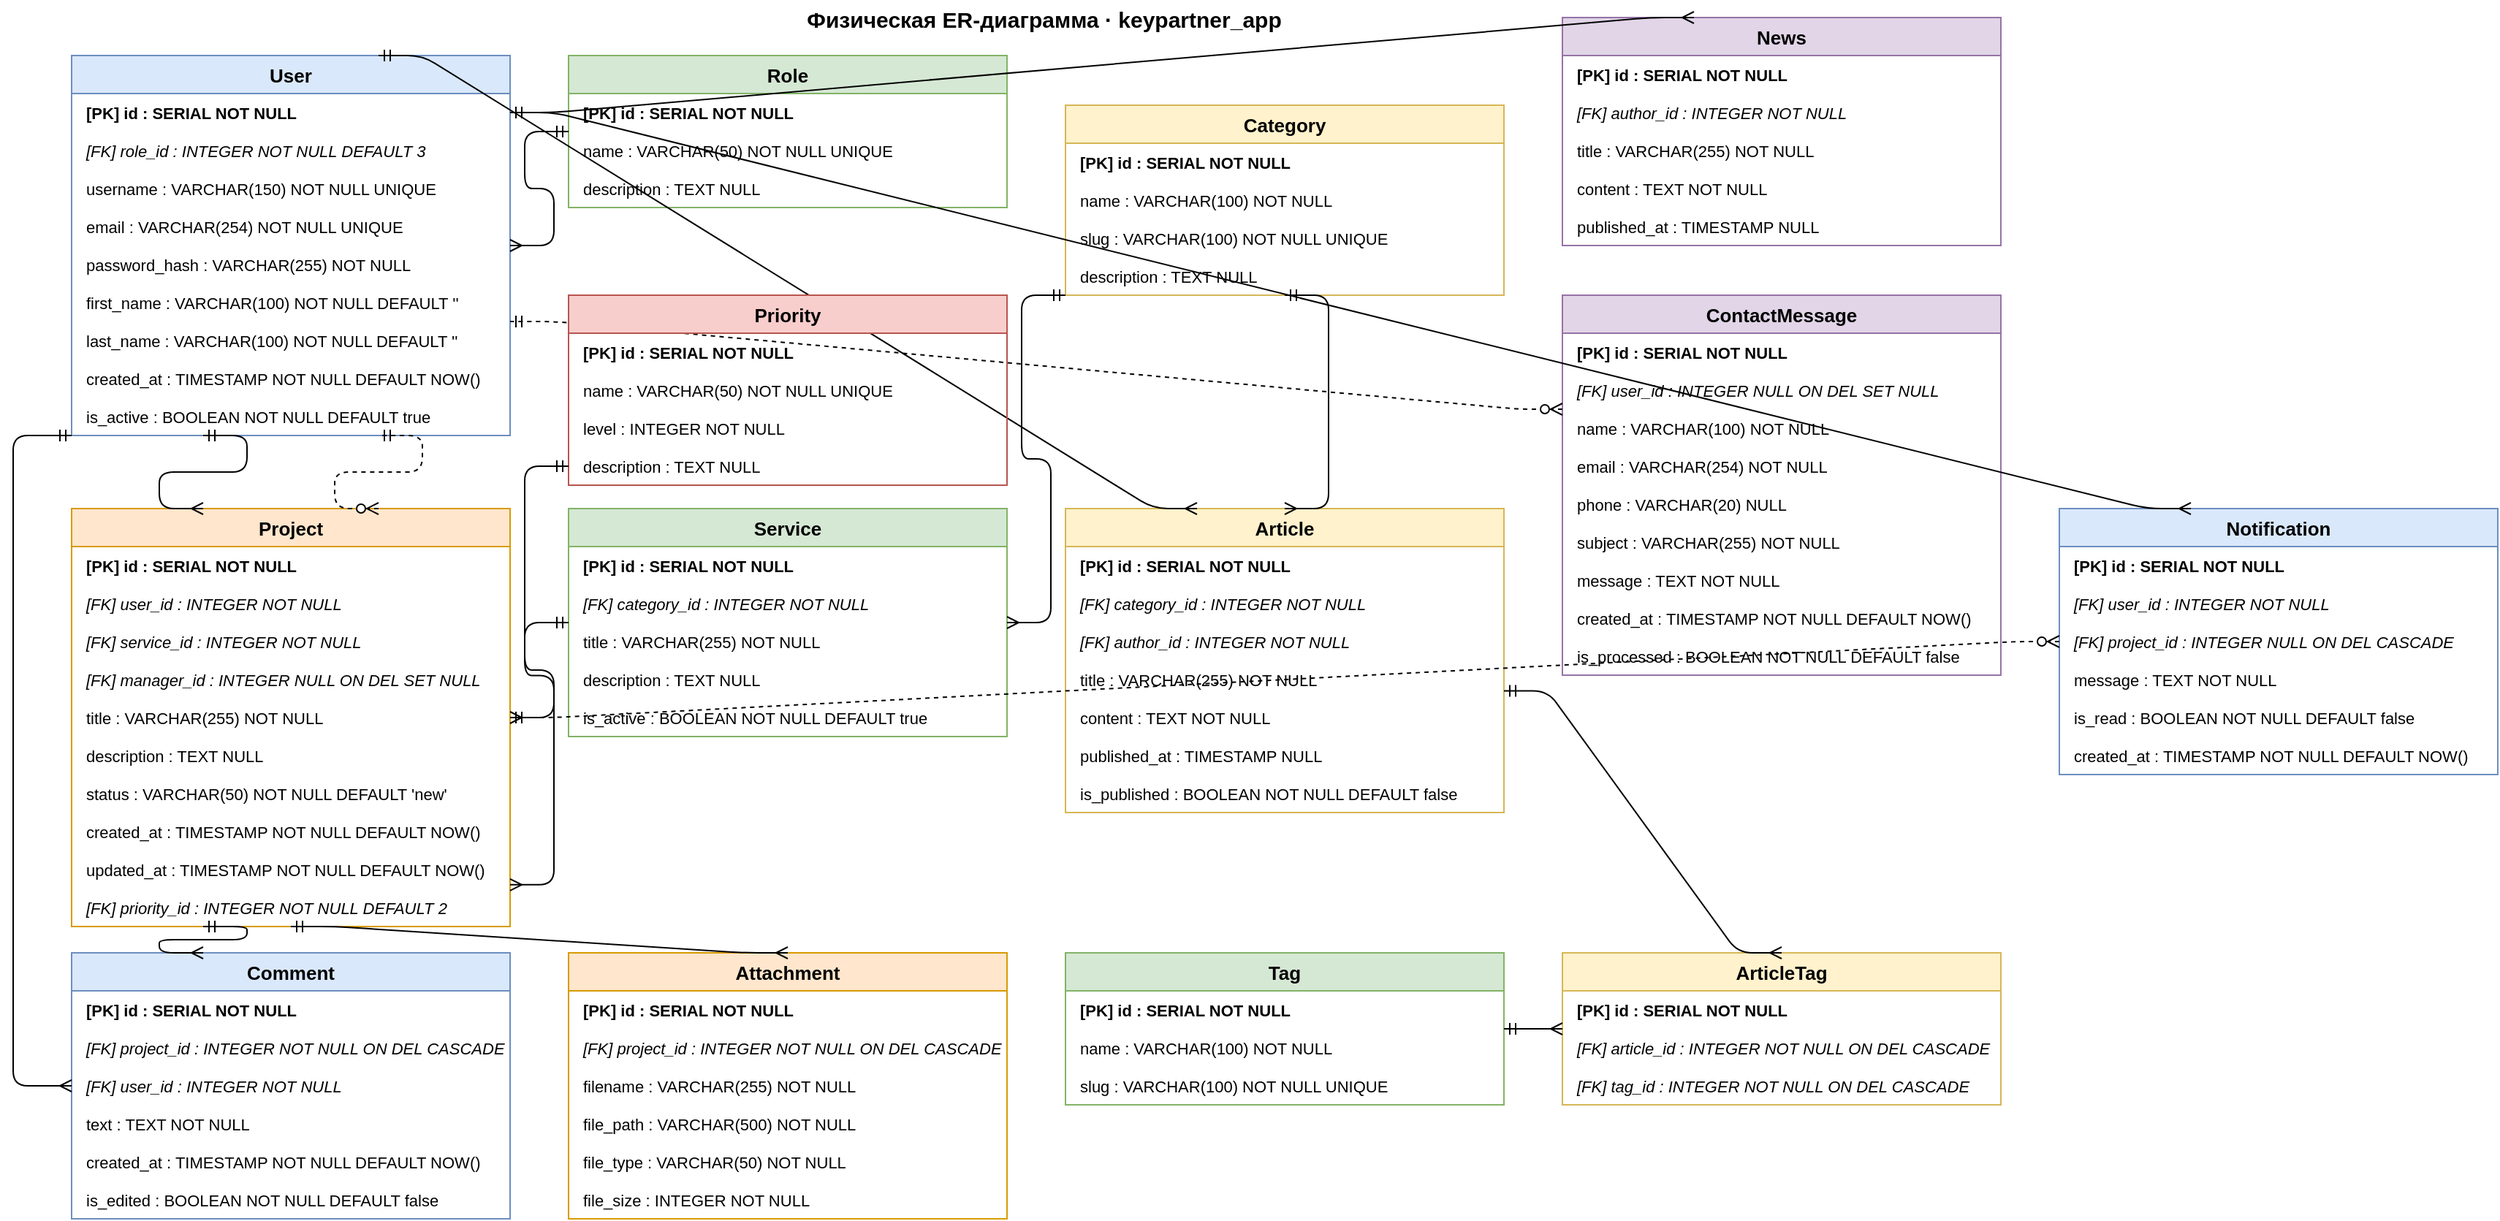
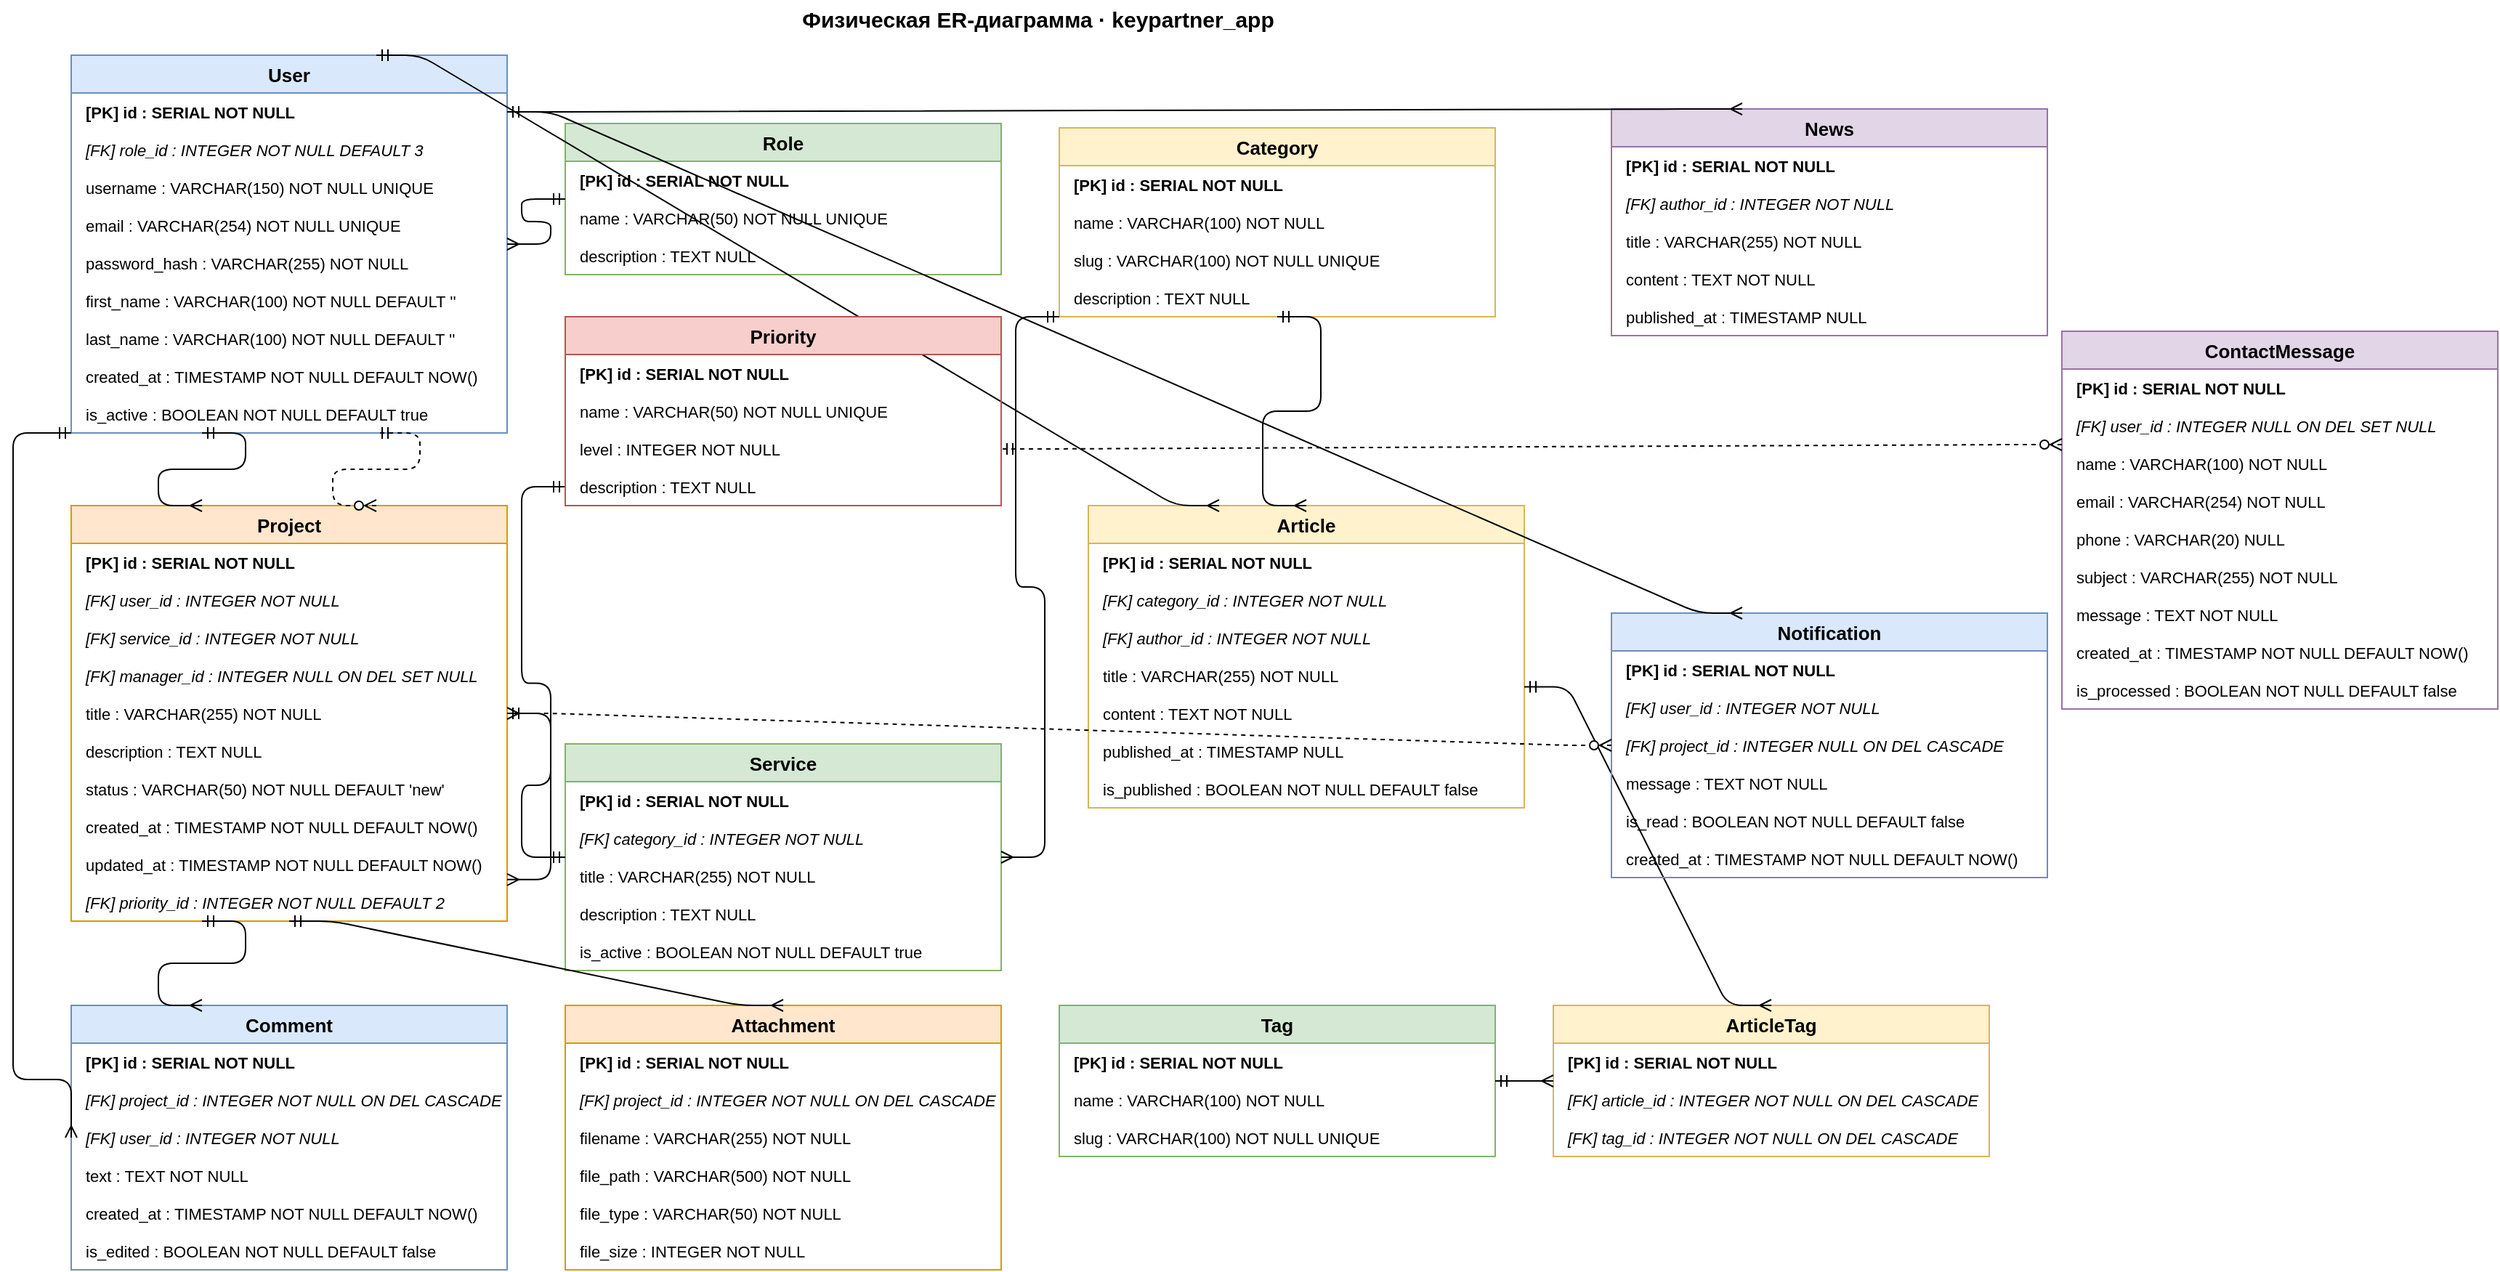
<mxfile host="Electron">
  <diagram id="PhysER_keypartner_2026" name="Страница-1">
-     <mxGraphModel dx="1260" dy="957" grid="1" gridSize="10" guides="1" tooltips="1" connect="1" arrows="1" fold="1" page="1" pageScale="1" pageWidth="1760" pageHeight="950" math="0" shadow="0">
+     <mxGraphModel dx="1470" dy="1117" grid="1" gridSize="10" guides="1" tooltips="1" connect="1" arrows="1" fold="1" page="1" pageScale="1" pageWidth="1760" pageHeight="950" math="0" shadow="0">
      <root>
        <mxCell id="0" />
        <mxCell id="1" parent="0" />
        <mxCell id="9" parent="1" style="text;html=1;strokeColor=none;fillColor=none;align=center;verticalAlign=middle;fontSize=15;fontStyle=1;" value="Физическая ER-диаграмма · keypartner_app" vertex="1">
          <mxGeometry height="26" width="700" x="375" y="8" as="geometry" />
        </mxCell>
        <mxCell id="100" parent="1" style="swimlane;fontStyle=1;align=center;startSize=26;container=1;collapsible=0;fillColor=#dae8fc;strokeColor=#6c8ebf;fontSize=13;" value="User" vertex="1">
          <mxGeometry height="260" width="300" x="60" y="46" as="geometry" />
        </mxCell>
        <mxCell id="101" parent="100" style="text;strokeColor=none;fillColor=none;align=left;verticalAlign=middle;spacingLeft=8;overflow=hidden;rotatable=0;points=[[0,0.5],[1,0.5]];portConstraint=eastwest;fontSize=11;fontStyle=1;" value="[PK]  id : SERIAL  NOT NULL" vertex="1">
          <mxGeometry height="26" width="300" y="26" as="geometry" />
        </mxCell>
        <mxCell id="102" parent="100" style="text;strokeColor=none;fillColor=none;align=left;verticalAlign=middle;spacingLeft=8;overflow=hidden;rotatable=0;points=[[0,0.5],[1,0.5]];portConstraint=eastwest;fontSize=11;fontStyle=2;" value="[FK]  role_id : INTEGER  NOT NULL  DEFAULT 3" vertex="1">
          <mxGeometry height="26" width="300" y="52" as="geometry" />
        </mxCell>
        <mxCell id="103" parent="100" style="text;strokeColor=none;fillColor=none;align=left;verticalAlign=middle;spacingLeft=8;overflow=hidden;rotatable=0;points=[[0,0.5],[1,0.5]];portConstraint=eastwest;fontSize=11;" value="username : VARCHAR(150)  NOT NULL  UNIQUE" vertex="1">
          <mxGeometry height="26" width="300" y="78" as="geometry" />
        </mxCell>
        <mxCell id="104" parent="100" style="text;strokeColor=none;fillColor=none;align=left;verticalAlign=middle;spacingLeft=8;overflow=hidden;rotatable=0;points=[[0,0.5],[1,0.5]];portConstraint=eastwest;fontSize=11;" value="email : VARCHAR(254)  NOT NULL  UNIQUE" vertex="1">
          <mxGeometry height="26" width="300" y="104" as="geometry" />
        </mxCell>
        <mxCell id="105" parent="100" style="text;strokeColor=none;fillColor=none;align=left;verticalAlign=middle;spacingLeft=8;overflow=hidden;rotatable=0;points=[[0,0.5],[1,0.5]];portConstraint=eastwest;fontSize=11;" value="password_hash : VARCHAR(255)  NOT NULL" vertex="1">
          <mxGeometry height="26" width="300" y="130" as="geometry" />
        </mxCell>
        <mxCell id="106" parent="100" style="text;strokeColor=none;fillColor=none;align=left;verticalAlign=middle;spacingLeft=8;overflow=hidden;rotatable=0;points=[[0,0.5],[1,0.5]];portConstraint=eastwest;fontSize=11;" value="first_name : VARCHAR(100)  NOT NULL  DEFAULT &#39;&#39;" vertex="1">
          <mxGeometry height="26" width="300" y="156" as="geometry" />
        </mxCell>
        <mxCell id="107" parent="100" style="text;strokeColor=none;fillColor=none;align=left;verticalAlign=middle;spacingLeft=8;overflow=hidden;rotatable=0;points=[[0,0.5],[1,0.5]];portConstraint=eastwest;fontSize=11;" value="last_name : VARCHAR(100)  NOT NULL  DEFAULT &#39;&#39;" vertex="1">
          <mxGeometry height="26" width="300" y="182" as="geometry" />
        </mxCell>
        <mxCell id="108" parent="100" style="text;strokeColor=none;fillColor=none;align=left;verticalAlign=middle;spacingLeft=8;overflow=hidden;rotatable=0;points=[[0,0.5],[1,0.5]];portConstraint=eastwest;fontSize=11;" value="created_at : TIMESTAMP  NOT NULL  DEFAULT NOW()" vertex="1">
          <mxGeometry height="26" width="300" y="208" as="geometry" />
        </mxCell>
        <mxCell id="109" parent="100" style="text;strokeColor=none;fillColor=none;align=left;verticalAlign=middle;spacingLeft=8;overflow=hidden;rotatable=0;points=[[0,0.5],[1,0.5]];portConstraint=eastwest;fontSize=11;" value="is_active : BOOLEAN  NOT NULL  DEFAULT true" vertex="1">
          <mxGeometry height="26" width="300" y="234" as="geometry" />
        </mxCell>
        <mxCell id="200" parent="1" style="swimlane;fontStyle=1;align=center;startSize=26;container=1;collapsible=0;fillColor=#d5e8d4;strokeColor=#82b366;fontSize=13;" value="Role" vertex="1">
-           <mxGeometry height="104" width="300" x="400" y="46" as="geometry" />
+           <mxGeometry height="104" width="300" x="400" y="93" as="geometry" />
        </mxCell>
        <mxCell id="201" parent="200" style="text;strokeColor=none;fillColor=none;align=left;verticalAlign=middle;spacingLeft=8;overflow=hidden;rotatable=0;points=[[0,0.5],[1,0.5]];portConstraint=eastwest;fontSize=11;fontStyle=1;" value="[PK]  id : SERIAL  NOT NULL" vertex="1">
          <mxGeometry height="26" width="300" y="26" as="geometry" />
        </mxCell>
        <mxCell id="202" parent="200" style="text;strokeColor=none;fillColor=none;align=left;verticalAlign=middle;spacingLeft=8;overflow=hidden;rotatable=0;points=[[0,0.5],[1,0.5]];portConstraint=eastwest;fontSize=11;" value="name : VARCHAR(50)  NOT NULL  UNIQUE" vertex="1">
          <mxGeometry height="26" width="300" y="52" as="geometry" />
        </mxCell>
        <mxCell id="203" parent="200" style="text;strokeColor=none;fillColor=none;align=left;verticalAlign=middle;spacingLeft=8;overflow=hidden;rotatable=0;points=[[0,0.5],[1,0.5]];portConstraint=eastwest;fontSize=11;" value="description : TEXT  NULL" vertex="1">
          <mxGeometry height="26" width="300" y="78" as="geometry" />
        </mxCell>
        <mxCell id="300" parent="1" style="swimlane;fontStyle=1;align=center;startSize=26;container=1;collapsible=0;fillColor=#fff2cc;strokeColor=#d6b656;fontSize=13;" value="Category" vertex="1">
-           <mxGeometry height="130" width="300" x="740" y="80" as="geometry" />
+           <mxGeometry height="130" width="300" x="740" y="96" as="geometry" />
        </mxCell>
        <mxCell id="301" parent="300" style="text;strokeColor=none;fillColor=none;align=left;verticalAlign=middle;spacingLeft=8;overflow=hidden;rotatable=0;points=[[0,0.5],[1,0.5]];portConstraint=eastwest;fontSize=11;fontStyle=1;" value="[PK]  id : SERIAL  NOT NULL" vertex="1">
          <mxGeometry height="26" width="300" y="26" as="geometry" />
        </mxCell>
        <mxCell id="302" parent="300" style="text;strokeColor=none;fillColor=none;align=left;verticalAlign=middle;spacingLeft=8;overflow=hidden;rotatable=0;points=[[0,0.5],[1,0.5]];portConstraint=eastwest;fontSize=11;" value="name : VARCHAR(100)  NOT NULL" vertex="1">
          <mxGeometry height="26" width="300" y="52" as="geometry" />
        </mxCell>
        <mxCell id="303" parent="300" style="text;strokeColor=none;fillColor=none;align=left;verticalAlign=middle;spacingLeft=8;overflow=hidden;rotatable=0;points=[[0,0.5],[1,0.5]];portConstraint=eastwest;fontSize=11;" value="slug : VARCHAR(100)  NOT NULL  UNIQUE" vertex="1">
          <mxGeometry height="26" width="300" y="78" as="geometry" />
        </mxCell>
        <mxCell id="304" parent="300" style="text;strokeColor=none;fillColor=none;align=left;verticalAlign=middle;spacingLeft=8;overflow=hidden;rotatable=0;points=[[0,0.5],[1,0.5]];portConstraint=eastwest;fontSize=11;" value="description : TEXT  NULL" vertex="1">
          <mxGeometry height="26" width="300" y="104" as="geometry" />
        </mxCell>
        <mxCell id="400" parent="1" style="swimlane;fontStyle=1;align=center;startSize=26;container=1;collapsible=0;fillColor=#e1d5e7;strokeColor=#9673a6;fontSize=13;" value="News" vertex="1">
-           <mxGeometry height="156" width="300" x="1080" y="20" as="geometry" />
+           <mxGeometry height="156" width="300" x="1120" y="83" as="geometry" />
        </mxCell>
        <mxCell id="401" parent="400" style="text;strokeColor=none;fillColor=none;align=left;verticalAlign=middle;spacingLeft=8;overflow=hidden;rotatable=0;points=[[0,0.5],[1,0.5]];portConstraint=eastwest;fontSize=11;fontStyle=1;" value="[PK]  id : SERIAL  NOT NULL" vertex="1">
          <mxGeometry height="26" width="300" y="26" as="geometry" />
        </mxCell>
        <mxCell id="402" parent="400" style="text;strokeColor=none;fillColor=none;align=left;verticalAlign=middle;spacingLeft=8;overflow=hidden;rotatable=0;points=[[0,0.5],[1,0.5]];portConstraint=eastwest;fontSize=11;fontStyle=2;" value="[FK]  author_id : INTEGER  NOT NULL" vertex="1">
          <mxGeometry height="26" width="300" y="52" as="geometry" />
        </mxCell>
        <mxCell id="403" parent="400" style="text;strokeColor=none;fillColor=none;align=left;verticalAlign=middle;spacingLeft=8;overflow=hidden;rotatable=0;points=[[0,0.5],[1,0.5]];portConstraint=eastwest;fontSize=11;" value="title : VARCHAR(255)  NOT NULL" vertex="1">
          <mxGeometry height="26" width="300" y="78" as="geometry" />
        </mxCell>
        <mxCell id="404" parent="400" style="text;strokeColor=none;fillColor=none;align=left;verticalAlign=middle;spacingLeft=8;overflow=hidden;rotatable=0;points=[[0,0.5],[1,0.5]];portConstraint=eastwest;fontSize=11;" value="content : TEXT  NOT NULL" vertex="1">
          <mxGeometry height="26" width="300" y="104" as="geometry" />
        </mxCell>
        <mxCell id="405" parent="400" style="text;strokeColor=none;fillColor=none;align=left;verticalAlign=middle;spacingLeft=8;overflow=hidden;rotatable=0;points=[[0,0.5],[1,0.5]];portConstraint=eastwest;fontSize=11;" value="published_at : TIMESTAMP  NULL" vertex="1">
          <mxGeometry height="26" width="300" y="130" as="geometry" />
        </mxCell>
        <mxCell id="500" parent="1" style="swimlane;fontStyle=1;align=center;startSize=26;container=1;collapsible=0;fillColor=#ffe6cc;strokeColor=#d79b00;fontSize=13;" value="Project" vertex="1">
          <mxGeometry height="286" width="300" x="60" y="356" as="geometry" />
        </mxCell>
        <mxCell id="501" parent="500" style="text;strokeColor=none;fillColor=none;align=left;verticalAlign=middle;spacingLeft=8;overflow=hidden;rotatable=0;points=[[0,0.5],[1,0.5]];portConstraint=eastwest;fontSize=11;fontStyle=1;" value="[PK]  id : SERIAL  NOT NULL" vertex="1">
          <mxGeometry height="26" width="300" y="26" as="geometry" />
        </mxCell>
        <mxCell id="502" parent="500" style="text;strokeColor=none;fillColor=none;align=left;verticalAlign=middle;spacingLeft=8;overflow=hidden;rotatable=0;points=[[0,0.5],[1,0.5]];portConstraint=eastwest;fontSize=11;fontStyle=2;" value="[FK]  user_id : INTEGER  NOT NULL" vertex="1">
          <mxGeometry height="26" width="300" y="52" as="geometry" />
        </mxCell>
        <mxCell id="503" parent="500" style="text;strokeColor=none;fillColor=none;align=left;verticalAlign=middle;spacingLeft=8;overflow=hidden;rotatable=0;points=[[0,0.5],[1,0.5]];portConstraint=eastwest;fontSize=11;fontStyle=2;" value="[FK]  service_id : INTEGER  NOT NULL" vertex="1">
          <mxGeometry height="26" width="300" y="78" as="geometry" />
        </mxCell>
        <mxCell id="504" parent="500" style="text;strokeColor=none;fillColor=none;align=left;verticalAlign=middle;spacingLeft=8;overflow=hidden;rotatable=0;points=[[0,0.5],[1,0.5]];portConstraint=eastwest;fontSize=11;fontStyle=2;" value="[FK]  manager_id : INTEGER  NULL  ON DEL SET NULL" vertex="1">
          <mxGeometry height="26" width="300" y="104" as="geometry" />
        </mxCell>
        <mxCell id="505" parent="500" style="text;strokeColor=none;fillColor=none;align=left;verticalAlign=middle;spacingLeft=8;overflow=hidden;rotatable=0;points=[[0,0.5],[1,0.5]];portConstraint=eastwest;fontSize=11;" value="title : VARCHAR(255)  NOT NULL" vertex="1">
          <mxGeometry height="26" width="300" y="130" as="geometry" />
        </mxCell>
        <mxCell id="506" parent="500" style="text;strokeColor=none;fillColor=none;align=left;verticalAlign=middle;spacingLeft=8;overflow=hidden;rotatable=0;points=[[0,0.5],[1,0.5]];portConstraint=eastwest;fontSize=11;" value="description : TEXT  NULL" vertex="1">
          <mxGeometry height="26" width="300" y="156" as="geometry" />
        </mxCell>
        <mxCell id="507" parent="500" style="text;strokeColor=none;fillColor=none;align=left;verticalAlign=middle;spacingLeft=8;overflow=hidden;rotatable=0;points=[[0,0.5],[1,0.5]];portConstraint=eastwest;fontSize=11;" value="status : VARCHAR(50)  NOT NULL  DEFAULT &#39;new&#39;" vertex="1">
          <mxGeometry height="26" width="300" y="182" as="geometry" />
        </mxCell>
        <mxCell id="508" parent="500" style="text;strokeColor=none;fillColor=none;align=left;verticalAlign=middle;spacingLeft=8;overflow=hidden;rotatable=0;points=[[0,0.5],[1,0.5]];portConstraint=eastwest;fontSize=11;" value="created_at : TIMESTAMP  NOT NULL  DEFAULT NOW()" vertex="1">
          <mxGeometry height="26" width="300" y="208" as="geometry" />
        </mxCell>
        <mxCell id="509" parent="500" style="text;strokeColor=none;fillColor=none;align=left;verticalAlign=middle;spacingLeft=8;overflow=hidden;rotatable=0;points=[[0,0.5],[1,0.5]];portConstraint=eastwest;fontSize=11;" value="updated_at : TIMESTAMP  NOT NULL  DEFAULT NOW()" vertex="1">
          <mxGeometry height="26" width="300" y="234" as="geometry" />
        </mxCell>
        <mxCell id="510" parent="500" style="text;strokeColor=none;fillColor=none;align=left;verticalAlign=middle;spacingLeft=8;overflow=hidden;rotatable=0;points=[[0,0.5],[1,0.5]];portConstraint=eastwest;fontSize=11;fontStyle=2;" value="[FK]  priority_id : INTEGER  NOT NULL  DEFAULT 2" vertex="1">
          <mxGeometry height="26" width="300" y="260" as="geometry" />
        </mxCell>
        <mxCell id="600" parent="1" style="swimlane;fontStyle=1;align=center;startSize=26;container=1;collapsible=0;fillColor=#d5e8d4;strokeColor=#82b366;fontSize=13;" value="Service" vertex="1">
-           <mxGeometry height="156" width="300" x="400" y="356" as="geometry" />
+           <mxGeometry height="156" width="300" x="400" y="520" as="geometry" />
        </mxCell>
        <mxCell id="601" parent="600" style="text;strokeColor=none;fillColor=none;align=left;verticalAlign=middle;spacingLeft=8;overflow=hidden;rotatable=0;points=[[0,0.5],[1,0.5]];portConstraint=eastwest;fontSize=11;fontStyle=1;" value="[PK]  id : SERIAL  NOT NULL" vertex="1">
          <mxGeometry height="26" width="300" y="26" as="geometry" />
        </mxCell>
        <mxCell id="602" parent="600" style="text;strokeColor=none;fillColor=none;align=left;verticalAlign=middle;spacingLeft=8;overflow=hidden;rotatable=0;points=[[0,0.5],[1,0.5]];portConstraint=eastwest;fontSize=11;fontStyle=2;" value="[FK]  category_id : INTEGER  NOT NULL" vertex="1">
          <mxGeometry height="26" width="300" y="52" as="geometry" />
        </mxCell>
        <mxCell id="603" parent="600" style="text;strokeColor=none;fillColor=none;align=left;verticalAlign=middle;spacingLeft=8;overflow=hidden;rotatable=0;points=[[0,0.5],[1,0.5]];portConstraint=eastwest;fontSize=11;" value="title : VARCHAR(255)  NOT NULL" vertex="1">
          <mxGeometry height="26" width="300" y="78" as="geometry" />
        </mxCell>
        <mxCell id="604" parent="600" style="text;strokeColor=none;fillColor=none;align=left;verticalAlign=middle;spacingLeft=8;overflow=hidden;rotatable=0;points=[[0,0.5],[1,0.5]];portConstraint=eastwest;fontSize=11;" value="description : TEXT  NULL" vertex="1">
          <mxGeometry height="26" width="300" y="104" as="geometry" />
        </mxCell>
        <mxCell id="605" parent="600" style="text;strokeColor=none;fillColor=none;align=left;verticalAlign=middle;spacingLeft=8;overflow=hidden;rotatable=0;points=[[0,0.5],[1,0.5]];portConstraint=eastwest;fontSize=11;" value="is_active : BOOLEAN  NOT NULL  DEFAULT true" vertex="1">
          <mxGeometry height="26" width="300" y="130" as="geometry" />
        </mxCell>
        <mxCell id="700" parent="1" style="swimlane;fontStyle=1;align=center;startSize=26;container=1;collapsible=0;fillColor=#fff2cc;strokeColor=#d6b656;fontSize=13;" value="Article" vertex="1">
-           <mxGeometry height="208" width="300" x="740" y="356" as="geometry" />
+           <mxGeometry height="208" width="300" x="760" y="356" as="geometry" />
        </mxCell>
        <mxCell id="701" parent="700" style="text;strokeColor=none;fillColor=none;align=left;verticalAlign=middle;spacingLeft=8;overflow=hidden;rotatable=0;points=[[0,0.5],[1,0.5]];portConstraint=eastwest;fontSize=11;fontStyle=1;" value="[PK]  id : SERIAL  NOT NULL" vertex="1">
          <mxGeometry height="26" width="300" y="26" as="geometry" />
        </mxCell>
        <mxCell id="702" parent="700" style="text;strokeColor=none;fillColor=none;align=left;verticalAlign=middle;spacingLeft=8;overflow=hidden;rotatable=0;points=[[0,0.5],[1,0.5]];portConstraint=eastwest;fontSize=11;fontStyle=2;" value="[FK]  category_id : INTEGER  NOT NULL" vertex="1">
          <mxGeometry height="26" width="300" y="52" as="geometry" />
        </mxCell>
        <mxCell id="703" parent="700" style="text;strokeColor=none;fillColor=none;align=left;verticalAlign=middle;spacingLeft=8;overflow=hidden;rotatable=0;points=[[0,0.5],[1,0.5]];portConstraint=eastwest;fontSize=11;fontStyle=2;" value="[FK]  author_id : INTEGER  NOT NULL" vertex="1">
          <mxGeometry height="26" width="300" y="78" as="geometry" />
        </mxCell>
        <mxCell id="704" parent="700" style="text;strokeColor=none;fillColor=none;align=left;verticalAlign=middle;spacingLeft=8;overflow=hidden;rotatable=0;points=[[0,0.5],[1,0.5]];portConstraint=eastwest;fontSize=11;" value="title : VARCHAR(255)  NOT NULL" vertex="1">
          <mxGeometry height="26" width="300" y="104" as="geometry" />
        </mxCell>
        <mxCell id="705" parent="700" style="text;strokeColor=none;fillColor=none;align=left;verticalAlign=middle;spacingLeft=8;overflow=hidden;rotatable=0;points=[[0,0.5],[1,0.5]];portConstraint=eastwest;fontSize=11;" value="content : TEXT  NOT NULL" vertex="1">
          <mxGeometry height="26" width="300" y="130" as="geometry" />
        </mxCell>
        <mxCell id="706" parent="700" style="text;strokeColor=none;fillColor=none;align=left;verticalAlign=middle;spacingLeft=8;overflow=hidden;rotatable=0;points=[[0,0.5],[1,0.5]];portConstraint=eastwest;fontSize=11;" value="published_at : TIMESTAMP  NULL" vertex="1">
          <mxGeometry height="26" width="300" y="156" as="geometry" />
        </mxCell>
        <mxCell id="707" parent="700" style="text;strokeColor=none;fillColor=none;align=left;verticalAlign=middle;spacingLeft=8;overflow=hidden;rotatable=0;points=[[0,0.5],[1,0.5]];portConstraint=eastwest;fontSize=11;" value="is_published : BOOLEAN  NOT NULL  DEFAULT false" vertex="1">
          <mxGeometry height="26" width="300" y="182" as="geometry" />
        </mxCell>
        <mxCell id="800" parent="1" style="swimlane;fontStyle=1;align=center;startSize=26;container=1;collapsible=0;fillColor=#e1d5e7;strokeColor=#9673a6;fontSize=13;" value="ContactMessage" vertex="1">
-           <mxGeometry height="260" width="300" x="1080" y="210" as="geometry" />
+           <mxGeometry height="260" width="300" x="1430" y="236" as="geometry" />
        </mxCell>
        <mxCell id="801" parent="800" style="text;strokeColor=none;fillColor=none;align=left;verticalAlign=middle;spacingLeft=8;overflow=hidden;rotatable=0;points=[[0,0.5],[1,0.5]];portConstraint=eastwest;fontSize=11;fontStyle=1;" value="[PK]  id : SERIAL  NOT NULL" vertex="1">
          <mxGeometry height="26" width="300" y="26" as="geometry" />
        </mxCell>
        <mxCell id="802" parent="800" style="text;strokeColor=none;fillColor=none;align=left;verticalAlign=middle;spacingLeft=8;overflow=hidden;rotatable=0;points=[[0,0.5],[1,0.5]];portConstraint=eastwest;fontSize=11;fontStyle=2;" value="[FK]  user_id : INTEGER  NULL  ON DEL SET NULL" vertex="1">
          <mxGeometry height="26" width="300" y="52" as="geometry" />
        </mxCell>
        <mxCell id="803" parent="800" style="text;strokeColor=none;fillColor=none;align=left;verticalAlign=middle;spacingLeft=8;overflow=hidden;rotatable=0;points=[[0,0.5],[1,0.5]];portConstraint=eastwest;fontSize=11;" value="name : VARCHAR(100)  NOT NULL" vertex="1">
          <mxGeometry height="26" width="300" y="78" as="geometry" />
        </mxCell>
        <mxCell id="804" parent="800" style="text;strokeColor=none;fillColor=none;align=left;verticalAlign=middle;spacingLeft=8;overflow=hidden;rotatable=0;points=[[0,0.5],[1,0.5]];portConstraint=eastwest;fontSize=11;" value="email : VARCHAR(254)  NOT NULL" vertex="1">
          <mxGeometry height="26" width="300" y="104" as="geometry" />
        </mxCell>
        <mxCell id="805" parent="800" style="text;strokeColor=none;fillColor=none;align=left;verticalAlign=middle;spacingLeft=8;overflow=hidden;rotatable=0;points=[[0,0.5],[1,0.5]];portConstraint=eastwest;fontSize=11;" value="phone : VARCHAR(20)  NULL" vertex="1">
          <mxGeometry height="26" width="300" y="130" as="geometry" />
        </mxCell>
        <mxCell id="806" parent="800" style="text;strokeColor=none;fillColor=none;align=left;verticalAlign=middle;spacingLeft=8;overflow=hidden;rotatable=0;points=[[0,0.5],[1,0.5]];portConstraint=eastwest;fontSize=11;" value="subject : VARCHAR(255)  NOT NULL" vertex="1">
          <mxGeometry height="26" width="300" y="156" as="geometry" />
        </mxCell>
        <mxCell id="807" parent="800" style="text;strokeColor=none;fillColor=none;align=left;verticalAlign=middle;spacingLeft=8;overflow=hidden;rotatable=0;points=[[0,0.5],[1,0.5]];portConstraint=eastwest;fontSize=11;" value="message : TEXT  NOT NULL" vertex="1">
          <mxGeometry height="26" width="300" y="182" as="geometry" />
        </mxCell>
        <mxCell id="808" parent="800" style="text;strokeColor=none;fillColor=none;align=left;verticalAlign=middle;spacingLeft=8;overflow=hidden;rotatable=0;points=[[0,0.5],[1,0.5]];portConstraint=eastwest;fontSize=11;" value="created_at : TIMESTAMP  NOT NULL  DEFAULT NOW()" vertex="1">
          <mxGeometry height="26" width="300" y="208" as="geometry" />
        </mxCell>
        <mxCell id="809" parent="800" style="text;strokeColor=none;fillColor=none;align=left;verticalAlign=middle;spacingLeft=8;overflow=hidden;rotatable=0;points=[[0,0.5],[1,0.5]];portConstraint=eastwest;fontSize=11;" value="is_processed : BOOLEAN  NOT NULL  DEFAULT false" vertex="1">
          <mxGeometry height="26" width="300" y="234" as="geometry" />
        </mxCell>
        <mxCell id="1000" parent="1" style="swimlane;fontStyle=1;align=center;startSize=26;container=1;collapsible=0;fillColor=#dae8fc;strokeColor=#6c8ebf;fontSize=13;" value="Comment" vertex="1">
-           <mxGeometry height="182" width="300" x="60" y="660" as="geometry" />
+           <mxGeometry height="182" width="300" x="60" y="700" as="geometry" />
        </mxCell>
        <mxCell id="1001" parent="1000" style="text;strokeColor=none;fillColor=none;align=left;verticalAlign=middle;spacingLeft=8;overflow=hidden;rotatable=0;points=[[0,0.5],[1,0.5]];portConstraint=eastwest;fontSize=11;fontStyle=1;" value="[PK]  id : SERIAL  NOT NULL" vertex="1">
          <mxGeometry height="26" width="300" y="26" as="geometry" />
        </mxCell>
        <mxCell id="1002" parent="1000" style="text;strokeColor=none;fillColor=none;align=left;verticalAlign=middle;spacingLeft=8;overflow=hidden;rotatable=0;points=[[0,0.5],[1,0.5]];portConstraint=eastwest;fontSize=11;fontStyle=2;" value="[FK]  project_id : INTEGER  NOT NULL  ON DEL CASCADE" vertex="1">
          <mxGeometry height="26" width="300" y="52" as="geometry" />
        </mxCell>
        <mxCell id="1003" parent="1000" style="text;strokeColor=none;fillColor=none;align=left;verticalAlign=middle;spacingLeft=8;overflow=hidden;rotatable=0;points=[[0,0.5],[1,0.5]];portConstraint=eastwest;fontSize=11;fontStyle=2;" value="[FK]  user_id : INTEGER  NOT NULL" vertex="1">
          <mxGeometry height="26" width="300" y="78" as="geometry" />
        </mxCell>
        <mxCell id="1004" parent="1000" style="text;strokeColor=none;fillColor=none;align=left;verticalAlign=middle;spacingLeft=8;overflow=hidden;rotatable=0;points=[[0,0.5],[1,0.5]];portConstraint=eastwest;fontSize=11;" value="text : TEXT  NOT NULL" vertex="1">
          <mxGeometry height="26" width="300" y="104" as="geometry" />
        </mxCell>
        <mxCell id="1005" parent="1000" style="text;strokeColor=none;fillColor=none;align=left;verticalAlign=middle;spacingLeft=8;overflow=hidden;rotatable=0;points=[[0,0.5],[1,0.5]];portConstraint=eastwest;fontSize=11;" value="created_at : TIMESTAMP  NOT NULL  DEFAULT NOW()" vertex="1">
          <mxGeometry height="26" width="300" y="130" as="geometry" />
        </mxCell>
        <mxCell id="1006" parent="1000" style="text;strokeColor=none;fillColor=none;align=left;verticalAlign=middle;spacingLeft=8;overflow=hidden;rotatable=0;points=[[0,0.5],[1,0.5]];portConstraint=eastwest;fontSize=11;" value="is_edited : BOOLEAN  NOT NULL  DEFAULT false" vertex="1">
          <mxGeometry height="26" width="300" y="156" as="geometry" />
        </mxCell>
        <mxCell id="1010" parent="1" style="swimlane;fontStyle=1;align=center;startSize=26;container=1;collapsible=0;fillColor=#ffe6cc;strokeColor=#d79b00;fontSize=13;" value="Attachment" vertex="1">
-           <mxGeometry height="182" width="300" x="400" y="660" as="geometry" />
+           <mxGeometry height="182" width="300" x="400" y="700" as="geometry" />
        </mxCell>
        <mxCell id="1011" parent="1010" style="text;strokeColor=none;fillColor=none;align=left;verticalAlign=middle;spacingLeft=8;overflow=hidden;rotatable=0;points=[[0,0.5],[1,0.5]];portConstraint=eastwest;fontSize=11;fontStyle=1;" value="[PK]  id : SERIAL  NOT NULL" vertex="1">
          <mxGeometry height="26" width="300" y="26" as="geometry" />
        </mxCell>
        <mxCell id="1012" parent="1010" style="text;strokeColor=none;fillColor=none;align=left;verticalAlign=middle;spacingLeft=8;overflow=hidden;rotatable=0;points=[[0,0.5],[1,0.5]];portConstraint=eastwest;fontSize=11;fontStyle=2;" value="[FK]  project_id : INTEGER  NOT NULL  ON DEL CASCADE" vertex="1">
          <mxGeometry height="26" width="300" y="52" as="geometry" />
        </mxCell>
        <mxCell id="1013" parent="1010" style="text;strokeColor=none;fillColor=none;align=left;verticalAlign=middle;spacingLeft=8;overflow=hidden;rotatable=0;points=[[0,0.5],[1,0.5]];portConstraint=eastwest;fontSize=11;" value="filename : VARCHAR(255)  NOT NULL" vertex="1">
          <mxGeometry height="26" width="300" y="78" as="geometry" />
        </mxCell>
        <mxCell id="1014" parent="1010" style="text;strokeColor=none;fillColor=none;align=left;verticalAlign=middle;spacingLeft=8;overflow=hidden;rotatable=0;points=[[0,0.5],[1,0.5]];portConstraint=eastwest;fontSize=11;" value="file_path : VARCHAR(500)  NOT NULL" vertex="1">
          <mxGeometry height="26" width="300" y="104" as="geometry" />
        </mxCell>
        <mxCell id="1015" parent="1010" style="text;strokeColor=none;fillColor=none;align=left;verticalAlign=middle;spacingLeft=8;overflow=hidden;rotatable=0;points=[[0,0.5],[1,0.5]];portConstraint=eastwest;fontSize=11;" value="file_type : VARCHAR(50)  NOT NULL" vertex="1">
          <mxGeometry height="26" width="300" y="130" as="geometry" />
        </mxCell>
        <mxCell id="1016" parent="1010" style="text;strokeColor=none;fillColor=none;align=left;verticalAlign=middle;spacingLeft=8;overflow=hidden;rotatable=0;points=[[0,0.5],[1,0.5]];portConstraint=eastwest;fontSize=11;" value="file_size : INTEGER  NOT NULL" vertex="1">
          <mxGeometry height="26" width="300" y="156" as="geometry" />
        </mxCell>
        <mxCell id="1020" parent="1" style="swimlane;fontStyle=1;align=center;startSize=26;container=1;collapsible=0;fillColor=#d5e8d4;strokeColor=#82b366;fontSize=13;" value="Tag" vertex="1">
-           <mxGeometry height="104" width="300" x="740" y="660" as="geometry" />
+           <mxGeometry height="104" width="300" x="740" y="700" as="geometry" />
        </mxCell>
        <mxCell id="1021" parent="1020" style="text;strokeColor=none;fillColor=none;align=left;verticalAlign=middle;spacingLeft=8;overflow=hidden;rotatable=0;points=[[0,0.5],[1,0.5]];portConstraint=eastwest;fontSize=11;fontStyle=1;" value="[PK]  id : SERIAL  NOT NULL" vertex="1">
          <mxGeometry height="26" width="300" y="26" as="geometry" />
        </mxCell>
        <mxCell id="1022" parent="1020" style="text;strokeColor=none;fillColor=none;align=left;verticalAlign=middle;spacingLeft=8;overflow=hidden;rotatable=0;points=[[0,0.5],[1,0.5]];portConstraint=eastwest;fontSize=11;" value="name : VARCHAR(100)  NOT NULL" vertex="1">
          <mxGeometry height="26" width="300" y="52" as="geometry" />
        </mxCell>
        <mxCell id="1023" parent="1020" style="text;strokeColor=none;fillColor=none;align=left;verticalAlign=middle;spacingLeft=8;overflow=hidden;rotatable=0;points=[[0,0.5],[1,0.5]];portConstraint=eastwest;fontSize=11;" value="slug : VARCHAR(100)  NOT NULL  UNIQUE" vertex="1">
          <mxGeometry height="26" width="300" y="78" as="geometry" />
        </mxCell>
        <mxCell id="1030" parent="1" style="swimlane;fontStyle=1;align=center;startSize=26;container=1;collapsible=0;fillColor=#fff2cc;strokeColor=#d6b656;fontSize=13;" value="ArticleTag" vertex="1">
-           <mxGeometry height="104" width="300" x="1080" y="660" as="geometry" />
+           <mxGeometry height="104" width="300" x="1080" y="700" as="geometry" />
        </mxCell>
        <mxCell id="1031" parent="1030" style="text;strokeColor=none;fillColor=none;align=left;verticalAlign=middle;spacingLeft=8;overflow=hidden;rotatable=0;points=[[0,0.5],[1,0.5]];portConstraint=eastwest;fontSize=11;fontStyle=1;" value="[PK]  id : SERIAL  NOT NULL" vertex="1">
          <mxGeometry height="26" width="300" y="26" as="geometry" />
        </mxCell>
        <mxCell id="1032" parent="1030" style="text;strokeColor=none;fillColor=none;align=left;verticalAlign=middle;spacingLeft=8;overflow=hidden;rotatable=0;points=[[0,0.5],[1,0.5]];portConstraint=eastwest;fontSize=11;fontStyle=2;" value="[FK]  article_id : INTEGER  NOT NULL  ON DEL CASCADE" vertex="1">
          <mxGeometry height="26" width="300" y="52" as="geometry" />
        </mxCell>
        <mxCell id="1033" parent="1030" style="text;strokeColor=none;fillColor=none;align=left;verticalAlign=middle;spacingLeft=8;overflow=hidden;rotatable=0;points=[[0,0.5],[1,0.5]];portConstraint=eastwest;fontSize=11;fontStyle=2;" value="[FK]  tag_id : INTEGER  NOT NULL  ON DEL CASCADE" vertex="1">
          <mxGeometry height="26" width="300" y="78" as="geometry" />
        </mxCell>
        <mxCell id="901" edge="1" parent="1" source="100" style="edgeStyle=entityRelationEdgeStyle;endArrow=ERmandOne;startArrow=ERmany;fontSize=11;exitX=1;exitY=0.5;exitDx=0;exitDy=0;entryX=0;entryY=0.5;entryDx=0;entryDy=0;" target="200" value="">
          <mxGeometry relative="1" as="geometry" />
        </mxCell>
        <mxCell id="902" edge="1" parent="1" source="500" style="edgeStyle=entityRelationEdgeStyle;endArrow=ERmandOne;startArrow=ERmany;fontSize=11;exitX=0.3;exitY=0;exitDx=0;exitDy=0;entryX=0.3;entryY=1;entryDx=0;entryDy=0;" target="100" value="">
          <mxGeometry relative="1" as="geometry" />
        </mxCell>
        <mxCell id="903" edge="1" parent="1" source="500" style="edgeStyle=entityRelationEdgeStyle;endArrow=ERmandOne;startArrow=ERzeroToMany;fontSize=11;dashed=1;exitX=0.7;exitY=0;exitDx=0;exitDy=0;entryX=0.7;entryY=1;entryDx=0;entryDy=0;" target="100" value="">
          <mxGeometry relative="1" as="geometry" />
        </mxCell>
        <mxCell id="904" edge="1" parent="1" source="500" style="edgeStyle=entityRelationEdgeStyle;endArrow=ERmandOne;startArrow=ERmany;fontSize=11;exitX=1;exitY=0.5;exitDx=0;exitDy=0;entryX=0;entryY=0.5;entryDx=0;entryDy=0;" target="600" value="">
          <mxGeometry relative="1" as="geometry" />
        </mxCell>
        <mxCell id="905" edge="1" parent="1" source="600" style="edgeStyle=entityRelationEdgeStyle;endArrow=ERmandOne;startArrow=ERmany;fontSize=11;exitX=1;exitY=0.5;exitDx=0;exitDy=0;entryX=0;entryY=1;entryDx=0;entryDy=0;" target="300" value="">
          <mxGeometry relative="1" as="geometry" />
        </mxCell>
        <mxCell id="906" edge="1" parent="1" source="700" style="edgeStyle=entityRelationEdgeStyle;endArrow=ERmandOne;startArrow=ERmany;fontSize=11;exitX=0.5;exitY=0;exitDx=0;exitDy=0;entryX=0.5;entryY=1;entryDx=0;entryDy=0;" target="300" value="">
          <mxGeometry relative="1" as="geometry" />
        </mxCell>
        <mxCell id="907" edge="1" parent="1" source="700" style="edgeStyle=entityRelationEdgeStyle;endArrow=ERmandOne;startArrow=ERmany;fontSize=11;exitX=0.3;exitY=0;exitDx=0;exitDy=0;entryX=0.7;entryY=0;entryDx=0;entryDy=0;" target="100" value="">
          <mxGeometry relative="1" as="geometry">
            <Array as="points">
              <mxPoint x="830" y="15" />
              <mxPoint x="270" y="15" />
            </Array>
          </mxGeometry>
        </mxCell>
        <mxCell id="908" edge="1" parent="1" source="400" style="edgeStyle=entityRelationEdgeStyle;endArrow=ERmandOne;startArrow=ERmany;fontSize=11;exitX=0.3;exitY=0;exitDx=0;exitDy=0;entryX=1;entryY=0.15;entryDx=0;entryDy=0;" target="100" value="">
          <mxGeometry relative="1" as="geometry">
            <Array as="points">
              <mxPoint x="1170" y="15" />
              <mxPoint x="360" y="15" />
            </Array>
          </mxGeometry>
        </mxCell>
-         <mxCell id="909" edge="1" parent="1" source="800" style="edgeStyle=entityRelationEdgeStyle;endArrow=ERmandOne;startArrow=ERzeroToMany;fontSize=11;dashed=1;exitX=0;exitY=0.3;exitDx=0;exitDy=0;entryX=1;entryY=0.7;entryDx=0;entryDy=0;" target="100" value="">
-           <mxGeometry relative="1" as="geometry" />
-         </mxCell>
        <mxCell id="1040" edge="1" parent="1" source="1000" style="edgeStyle=entityRelationEdgeStyle;endArrow=ERmandOne;startArrow=ERmany;fontSize=11;exitX=0.3;exitY=0;exitDx=0;exitDy=0;entryX=0.3;entryY=1;entryDx=0;entryDy=0;" target="500" value="">
          <mxGeometry relative="1" as="geometry" />
        </mxCell>
        <mxCell id="1041" edge="1" parent="1" source="1000" style="edgeStyle=orthogonalEdgeStyle;orthogonalLoop=1;endArrow=ERmandOne;startArrow=ERmany;endFill=0;startFill=0;fontSize=11;exitX=0;exitY=0.5;exitDx=0;exitDy=0;entryX=0;entryY=1;entryDx=0;entryDy=0;" target="100" value="">
          <mxGeometry relative="1" as="geometry">
            <Array as="points">
              <mxPoint x="20" y="751" />
              <mxPoint x="20" y="306" />
            </Array>
          </mxGeometry>
        </mxCell>
        <mxCell id="1042" edge="1" parent="1" source="1010" style="edgeStyle=entityRelationEdgeStyle;endArrow=ERmandOne;startArrow=ERmany;fontSize=11;exitX=0.5;exitY=0;exitDx=0;exitDy=0;entryX=0.5;entryY=1;entryDx=0;entryDy=0;" target="500" value="">
          <mxGeometry relative="1" as="geometry" />
        </mxCell>
        <mxCell id="1043" edge="1" parent="1" source="1030" style="edgeStyle=entityRelationEdgeStyle;endArrow=ERmandOne;startArrow=ERmany;fontSize=11;exitX=0.5;exitY=0;exitDx=0;exitDy=0;entryX=1;entryY=0.6;entryDx=0;entryDy=0;" target="700" value="">
          <mxGeometry relative="1" as="geometry" />
        </mxCell>
        <mxCell id="1044" edge="1" parent="1" source="1030" style="edgeStyle=entityRelationEdgeStyle;endArrow=ERmandOne;startArrow=ERmany;fontSize=11;exitX=0;exitY=0.5;exitDx=0;exitDy=0;entryX=1;entryY=0.5;entryDx=0;entryDy=0;" target="1020" value="">
          <mxGeometry relative="1" as="geometry" />
        </mxCell>
- 
-         <!-- ═══ PRIORITY (справочник, F14) (x=400, y=210, w=300, h=130 = 26+4×26) ═══ -->
-         <mxCell id="2000" parent="1" style="swimlane;fontStyle=1;align=center;startSize=26;container=1;collapsible=0;fillColor=#f8cecc;strokeColor=#b85450;fontSize=13;" value="Priority" vertex="1">
-           <mxGeometry height="130" width="300" x="400" y="210" as="geometry" />
-         </mxCell>
-         <mxCell id="2001" parent="2000" style="text;strokeColor=none;fillColor=none;align=left;verticalAlign=middle;spacingLeft=8;overflow=hidden;rotatable=0;points=[[0,0.5],[1,0.5]];portConstraint=eastwest;fontSize=11;fontStyle=1;" value="[PK]  id : SERIAL  NOT NULL" vertex="1">
-           <mxGeometry height="26" width="300" y="26" as="geometry" />
-         </mxCell>
-         <mxCell id="2002" parent="2000" style="text;strokeColor=none;fillColor=none;align=left;verticalAlign=middle;spacingLeft=8;overflow=hidden;rotatable=0;points=[[0,0.5],[1,0.5]];portConstraint=eastwest;fontSize=11;" value="name : VARCHAR(50)  NOT NULL  UNIQUE" vertex="1">
-           <mxGeometry height="26" width="300" y="52" as="geometry" />
-         </mxCell>
-         <mxCell id="2003" parent="2000" style="text;strokeColor=none;fillColor=none;align=left;verticalAlign=middle;spacingLeft=8;overflow=hidden;rotatable=0;points=[[0,0.5],[1,0.5]];portConstraint=eastwest;fontSize=11;" value="level : INTEGER  NOT NULL" vertex="1">
-           <mxGeometry height="26" width="300" y="78" as="geometry" />
-         </mxCell>
-         <mxCell id="2004" parent="2000" style="text;strokeColor=none;fillColor=none;align=left;verticalAlign=middle;spacingLeft=8;overflow=hidden;rotatable=0;points=[[0,0.5],[1,0.5]];portConstraint=eastwest;fontSize=11;" value="description : TEXT  NULL" vertex="1">
-           <mxGeometry height="26" width="300" y="104" as="geometry" />
-         </mxCell>
- 
-         <!-- ═══ NOTIFICATION (F04) (x=1420, y=356, w=300, h=182 = 26+6×26) ═══ -->
        <mxCell id="2100" parent="1" style="swimlane;fontStyle=1;align=center;startSize=26;container=1;collapsible=0;fillColor=#dae8fc;strokeColor=#6c8ebf;fontSize=13;" value="Notification" vertex="1">
-           <mxGeometry height="182" width="300" x="1420" y="356" as="geometry" />
+           <mxGeometry height="182" width="300" x="1120" y="430" as="geometry" />
        </mxCell>
        <mxCell id="2101" parent="2100" style="text;strokeColor=none;fillColor=none;align=left;verticalAlign=middle;spacingLeft=8;overflow=hidden;rotatable=0;points=[[0,0.5],[1,0.5]];portConstraint=eastwest;fontSize=11;fontStyle=1;" value="[PK]  id : SERIAL  NOT NULL" vertex="1">
          <mxGeometry height="26" width="300" y="26" as="geometry" />
        </mxCell>
        <mxCell id="2102" parent="2100" style="text;strokeColor=none;fillColor=none;align=left;verticalAlign=middle;spacingLeft=8;overflow=hidden;rotatable=0;points=[[0,0.5],[1,0.5]];portConstraint=eastwest;fontSize=11;fontStyle=2;" value="[FK]  user_id : INTEGER  NOT NULL" vertex="1">
          <mxGeometry height="26" width="300" y="52" as="geometry" />
        </mxCell>
        <mxCell id="2103" parent="2100" style="text;strokeColor=none;fillColor=none;align=left;verticalAlign=middle;spacingLeft=8;overflow=hidden;rotatable=0;points=[[0,0.5],[1,0.5]];portConstraint=eastwest;fontSize=11;fontStyle=2;" value="[FK]  project_id : INTEGER  NULL  ON DEL CASCADE" vertex="1">
          <mxGeometry height="26" width="300" y="78" as="geometry" />
        </mxCell>
        <mxCell id="2104" parent="2100" style="text;strokeColor=none;fillColor=none;align=left;verticalAlign=middle;spacingLeft=8;overflow=hidden;rotatable=0;points=[[0,0.5],[1,0.5]];portConstraint=eastwest;fontSize=11;" value="message : TEXT  NOT NULL" vertex="1">
          <mxGeometry height="26" width="300" y="104" as="geometry" />
        </mxCell>
        <mxCell id="2105" parent="2100" style="text;strokeColor=none;fillColor=none;align=left;verticalAlign=middle;spacingLeft=8;overflow=hidden;rotatable=0;points=[[0,0.5],[1,0.5]];portConstraint=eastwest;fontSize=11;" value="is_read : BOOLEAN  NOT NULL  DEFAULT false" vertex="1">
          <mxGeometry height="26" width="300" y="130" as="geometry" />
        </mxCell>
        <mxCell id="2106" parent="2100" style="text;strokeColor=none;fillColor=none;align=left;verticalAlign=middle;spacingLeft=8;overflow=hidden;rotatable=0;points=[[0,0.5],[1,0.5]];portConstraint=eastwest;fontSize=11;" value="created_at : TIMESTAMP  NOT NULL  DEFAULT NOW()" vertex="1">
          <mxGeometry height="26" width="300" y="156" as="geometry" />
        </mxCell>
- 
-         <!-- Project → Priority (many-to-one, mandatory) -->
        <mxCell id="2010" edge="1" parent="1" source="500" style="edgeStyle=entityRelationEdgeStyle;endArrow=ERmandOne;startArrow=ERmany;fontSize=11;exitX=1;exitY=0.9;exitDx=0;exitDy=0;entryX=0;entryY=0.9;entryDx=0;entryDy=0;" target="2000" value="">
          <mxGeometry relative="1" as="geometry" />
        </mxCell>
- 
-         <!-- Notification → User (many-to-one, mandatory) — arc over top -->
        <mxCell id="2110" edge="1" parent="1" source="2100" style="edgeStyle=entityRelationEdgeStyle;endArrow=ERmandOne;startArrow=ERmany;fontSize=11;exitX=0.3;exitY=0;exitDx=0;exitDy=0;entryX=1;entryY=0.15;entryDx=0;entryDy=0;" target="100" value="">
          <mxGeometry relative="1" as="geometry">
            <Array as="points">
              <mxPoint x="1510" y="15" />
              <mxPoint x="360" y="15" />
            </Array>
          </mxGeometry>
        </mxCell>
- 
-         <!-- Notification → Project (many-to-one, optional, CASCADE) -->
        <mxCell id="2111" edge="1" parent="1" source="2100" style="edgeStyle=entityRelationEdgeStyle;endArrow=ERmandOne;startArrow=ERzeroToMany;fontSize=11;dashed=1;exitX=0;exitY=0.5;exitDx=0;exitDy=0;entryX=1;entryY=0.5;entryDx=0;entryDy=0;" target="500" value="">
          <mxGeometry relative="1" as="geometry" />
        </mxCell>
- 
+         <mxCell id="s7CeIZDN2sXBZMVRIRHH-2112" edge="1" parent="1" source="800" style="edgeStyle=entityRelationEdgeStyle;endArrow=ERmandOne;startArrow=ERzeroToMany;fontSize=11;dashed=1;exitX=0;exitY=0.3;exitDx=0;exitDy=0;entryX=1;entryY=0.7;entryDx=0;entryDy=0;" target="2000" value="">
+           <mxGeometry relative="1" as="geometry">
+             <mxPoint x="1430" y="254" as="sourcePoint" />
+             <mxPoint x="360" y="228" as="targetPoint" />
+           </mxGeometry>
+         </mxCell>
+         <mxCell id="2000" parent="1" style="swimlane;fontStyle=1;align=center;startSize=26;container=1;collapsible=0;fillColor=#f8cecc;strokeColor=#b85450;fontSize=13;" value="Priority" vertex="1">
+           <mxGeometry height="130" width="300" x="400" y="226" as="geometry" />
+         </mxCell>
+         <mxCell id="2001" parent="2000" style="text;strokeColor=none;fillColor=none;align=left;verticalAlign=middle;spacingLeft=8;overflow=hidden;rotatable=0;points=[[0,0.5],[1,0.5]];portConstraint=eastwest;fontSize=11;fontStyle=1;" value="[PK]  id : SERIAL  NOT NULL" vertex="1">
+           <mxGeometry height="26" width="300" y="26" as="geometry" />
+         </mxCell>
+         <mxCell id="2002" parent="2000" style="text;strokeColor=none;fillColor=none;align=left;verticalAlign=middle;spacingLeft=8;overflow=hidden;rotatable=0;points=[[0,0.5],[1,0.5]];portConstraint=eastwest;fontSize=11;" value="name : VARCHAR(50)  NOT NULL  UNIQUE" vertex="1">
+           <mxGeometry height="26" width="300" y="52" as="geometry" />
+         </mxCell>
+         <mxCell id="2003" parent="2000" style="text;strokeColor=none;fillColor=none;align=left;verticalAlign=middle;spacingLeft=8;overflow=hidden;rotatable=0;points=[[0,0.5],[1,0.5]];portConstraint=eastwest;fontSize=11;" value="level : INTEGER  NOT NULL" vertex="1">
+           <mxGeometry height="26" width="300" y="78" as="geometry" />
+         </mxCell>
+         <mxCell id="2004" parent="2000" style="text;strokeColor=none;fillColor=none;align=left;verticalAlign=middle;spacingLeft=8;overflow=hidden;rotatable=0;points=[[0,0.5],[1,0.5]];portConstraint=eastwest;fontSize=11;" value="description : TEXT  NULL" vertex="1">
+           <mxGeometry height="26" width="300" y="104" as="geometry" />
+         </mxCell>
      </root>
    </mxGraphModel>
  </diagram>
</mxfile>
